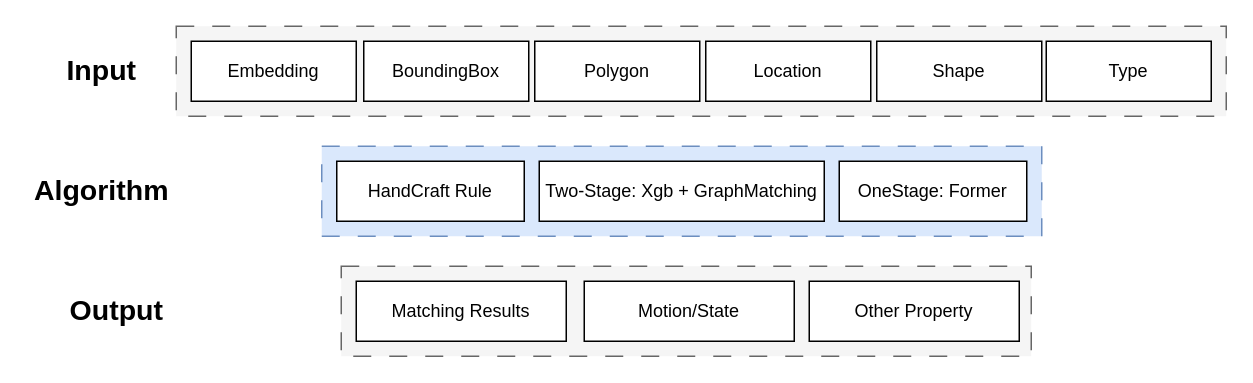
Above: 关联&跟踪方案2.0.drawio in Angzz/drawio (draw.io), before the change. Source tidied: cells renumbered, new cells numbered last; positions are measured from the earlier drawing's top-left corner, leaving out a move shared by most shapes. Both pictures are drawn from the tidied source at 150%, with x=0, y=0 at pixel (26, 26).
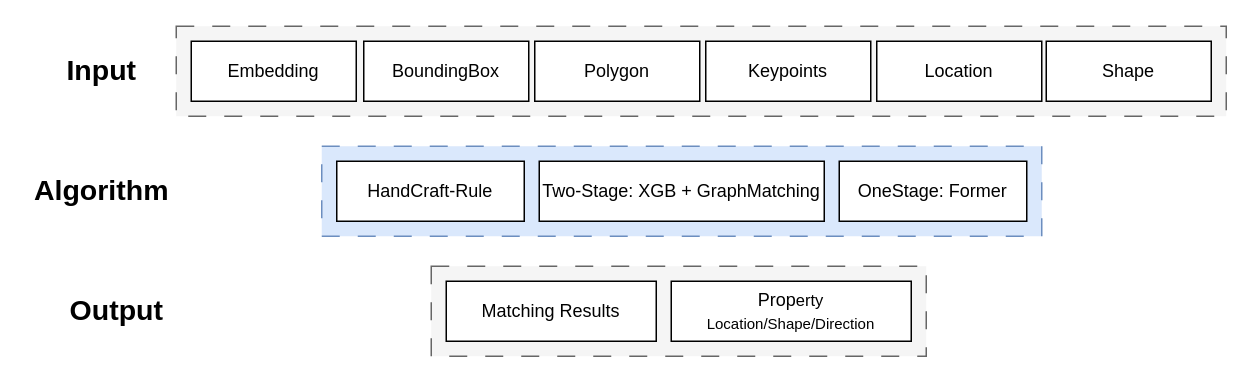
The same page after the edit.

Commit message:
更新关联&跟踪方案2.0.drawio

Change to the diagram source:
```diff
@@
 <mxGraphModel>
   <root>
     <mxCell id="0" />
     <mxCell id="1" parent="0" />
     <mxCell id="2" style="rounded=0;whiteSpace=wrap;html=1;dashed=1;dashPattern=12 12;strokeColor=#666666;fillColor=#f5f5f5;fontColor=#333333;" parent="1" vertex="1">
-      <mxGeometry x="210" y="160" width="460" height="60" as="geometry" />
+      <mxGeometry x="270" y="160" width="330" height="60" as="geometry" />
     </mxCell>
     <mxCell id="3" style="rounded=0;whiteSpace=wrap;html=1;dashed=1;dashPattern=12 12;strokeColor=#6c8ebf;fillColor=#dae8fc;" parent="1" vertex="1">
       <mxGeometry x="197" y="80" width="480" height="60" as="geometry" />
     </mxCell>
     <mxCell id="4" style="rounded=0;whiteSpace=wrap;html=1;dashed=1;dashPattern=12 12;strokeColor=#666666;fillColor=#f5f5f5;fontColor=#333333;" parent="1" vertex="1">
       <mxGeometry x="100" width="700" height="60" as="geometry" />
     </mxCell>
     <mxCell id="5" value="Embedding" style="rounded=0;whiteSpace=wrap;html=1;" parent="1" vertex="1">
       <mxGeometry x="110" y="10" width="110" height="40" as="geometry" />
     </mxCell>
     <mxCell id="6" value="BoundingBox" style="rounded=0;whiteSpace=wrap;html=1;" parent="1" vertex="1">
       <mxGeometry x="225" y="10" width="110" height="40" as="geometry" />
     </mxCell>
-    <mxCell id="7" value="Location" style="rounded=0;whiteSpace=wrap;html=1;" parent="1" vertex="1">
+    <mxCell id="7" value="Keypoints" style="rounded=0;whiteSpace=wrap;html=1;" parent="1" vertex="1">
       <mxGeometry x="453" y="10" width="110" height="40" as="geometry" />
     </mxCell>
-    <mxCell id="8" value="Shape" style="rounded=0;whiteSpace=wrap;html=1;" parent="1" vertex="1">
+    <mxCell id="8" value="Location" style="rounded=0;whiteSpace=wrap;html=1;" parent="1" vertex="1">
       <mxGeometry x="567" y="10" width="110" height="40" as="geometry" />
     </mxCell>
-    <mxCell id="9" value="Type" style="rounded=0;whiteSpace=wrap;html=1;" parent="1" vertex="1">
+    <mxCell id="9" value="Shape" style="rounded=0;whiteSpace=wrap;html=1;" parent="1" vertex="1">
       <mxGeometry x="680" y="10" width="110" height="40" as="geometry" />
     </mxCell>
     <mxCell id="10" value="&lt;font style=&quot;font-size: 19px;&quot;&gt;Input&lt;/font&gt;" style="text;html=1;align=center;verticalAlign=middle;strokeColor=none;fillColor=none;fontStyle=1;fontSize=17;" parent="1" vertex="1">
       <mxGeometry x="15" y="10" width="70" height="40" as="geometry" />
     </mxCell>
     <mxCell id="11" value="Polygon" style="rounded=0;whiteSpace=wrap;html=1;" parent="1" vertex="1">
       <mxGeometry x="339" y="10" width="110" height="40" as="geometry" />
     </mxCell>
     <mxCell id="12" value="&lt;font style=&quot;font-size: 19px;&quot;&gt;Algorithm&lt;/font&gt;" style="text;html=1;align=center;verticalAlign=middle;strokeColor=none;fillColor=none;fontStyle=1;fontSize=17;" parent="1" vertex="1">
       <mxGeometry y="90" width="100" height="40" as="geometry" />
     </mxCell>
     <mxCell id="13" value="OneStage: Former" style="rounded=0;whiteSpace=wrap;html=1;" parent="1" vertex="1">
       <mxGeometry x="542" y="90" width="125" height="40" as="geometry" />
     </mxCell>
-    <mxCell id="14" value="Two-Stage: Xgb + GraphMatching" style="rounded=0;whiteSpace=wrap;html=1;" parent="1" vertex="1">
+    <mxCell id="14" value="Two-Stage: XGB + GraphMatching" style="rounded=0;whiteSpace=wrap;html=1;" parent="1" vertex="1">
       <mxGeometry x="342" y="90" width="190" height="40" as="geometry" />
     </mxCell>
-    <mxCell id="15" value="HandCraft Rule" style="rounded=0;whiteSpace=wrap;html=1;" parent="1" vertex="1">
+    <mxCell id="15" value="HandCraft-Rule" style="rounded=0;whiteSpace=wrap;html=1;" parent="1" vertex="1">
       <mxGeometry x="207" y="90" width="125" height="40" as="geometry" />
     </mxCell>
     <mxCell id="16" value="&lt;font style=&quot;font-size: 19px;&quot;&gt;Output&lt;/font&gt;" style="text;html=1;align=center;verticalAlign=middle;strokeColor=none;fillColor=none;fontStyle=1;fontSize=17;" parent="1" vertex="1">
       <mxGeometry x="20" y="170" width="80" height="40" as="geometry" />
     </mxCell>
     <mxCell id="17" value="Matching Results" style="rounded=0;whiteSpace=wrap;html=1;" parent="1" vertex="1">
-      <mxGeometry x="220" y="170" width="140" height="40" as="geometry" />
+      <mxGeometry x="280" y="170" width="140" height="40" as="geometry" />
     </mxCell>
-    <mxCell id="18" value="Motion/State" style="rounded=0;whiteSpace=wrap;html=1;" parent="1" vertex="1">
-      <mxGeometry x="372" y="170" width="140" height="40" as="geometry" />
-    </mxCell>
-    <mxCell id="19" value="Other Property" style="rounded=0;whiteSpace=wrap;html=1;" parent="1" vertex="1">
-      <mxGeometry x="522" y="170" width="140" height="40" as="geometry" />
+    <mxCell id="19" value="Prop&lt;font style=&quot;font-size: 11px;&quot;&gt;erty&lt;/font&gt;&lt;div style=&quot;&quot;&gt;&lt;font style=&quot;font-size: 10px;&quot;&gt;Location/Shape/Direction&lt;/font&gt;&lt;/div&gt;" style="rounded=0;whiteSpace=wrap;html=1;" parent="1" vertex="1">
+      <mxGeometry x="430" y="170" width="160" height="40" as="geometry" />
     </mxCell>
   </root>
 </mxGraphModel>
```
